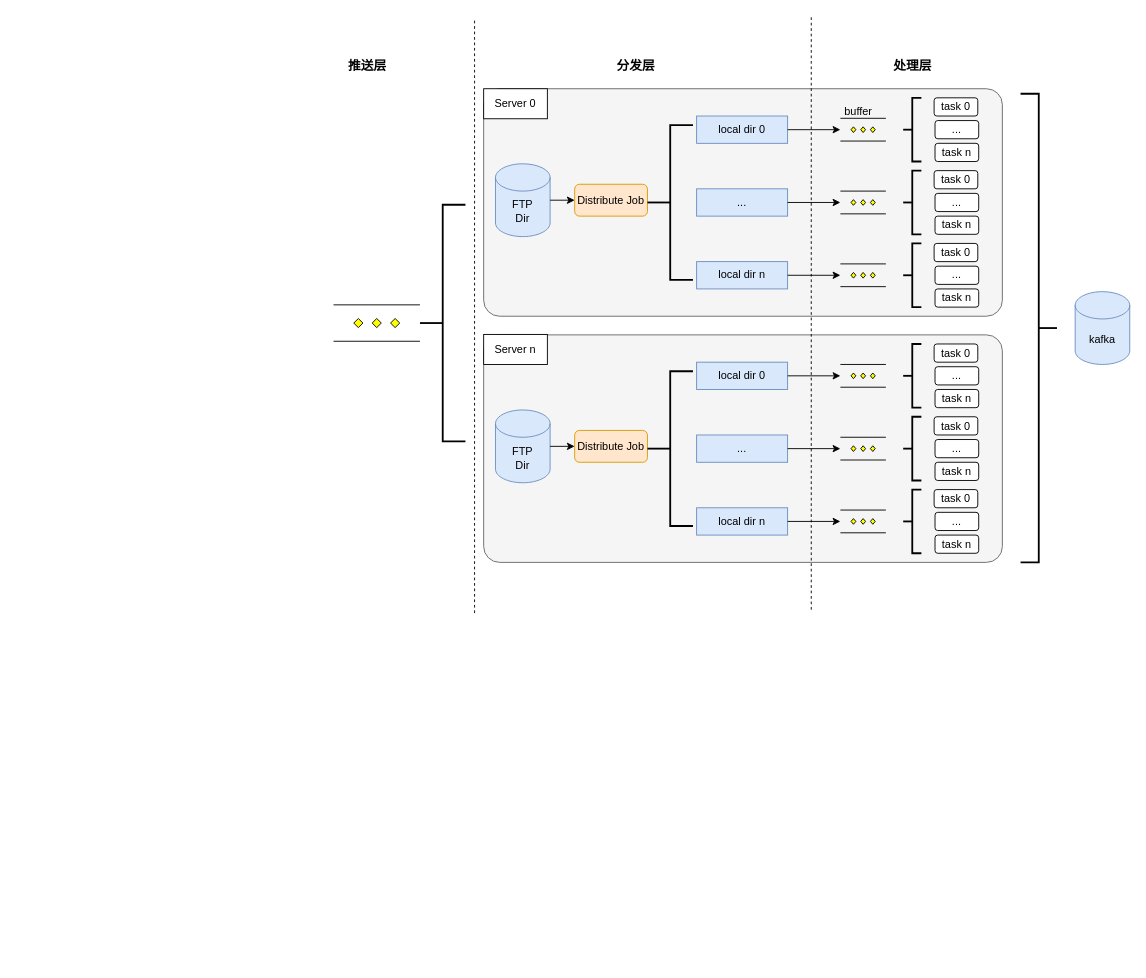
Above: 5g_access.drawio in StefanXiepj/draw_io (draw.io), before the change. Source tidied: cells renumbered, new cells numbered last; positions are measured from the earlier drawing's top-left corner, leaving out a move shared by most shapes. Both pictures are drawn from the tidied source at 91%, with x=0, y=0 at pixel (333, 15).
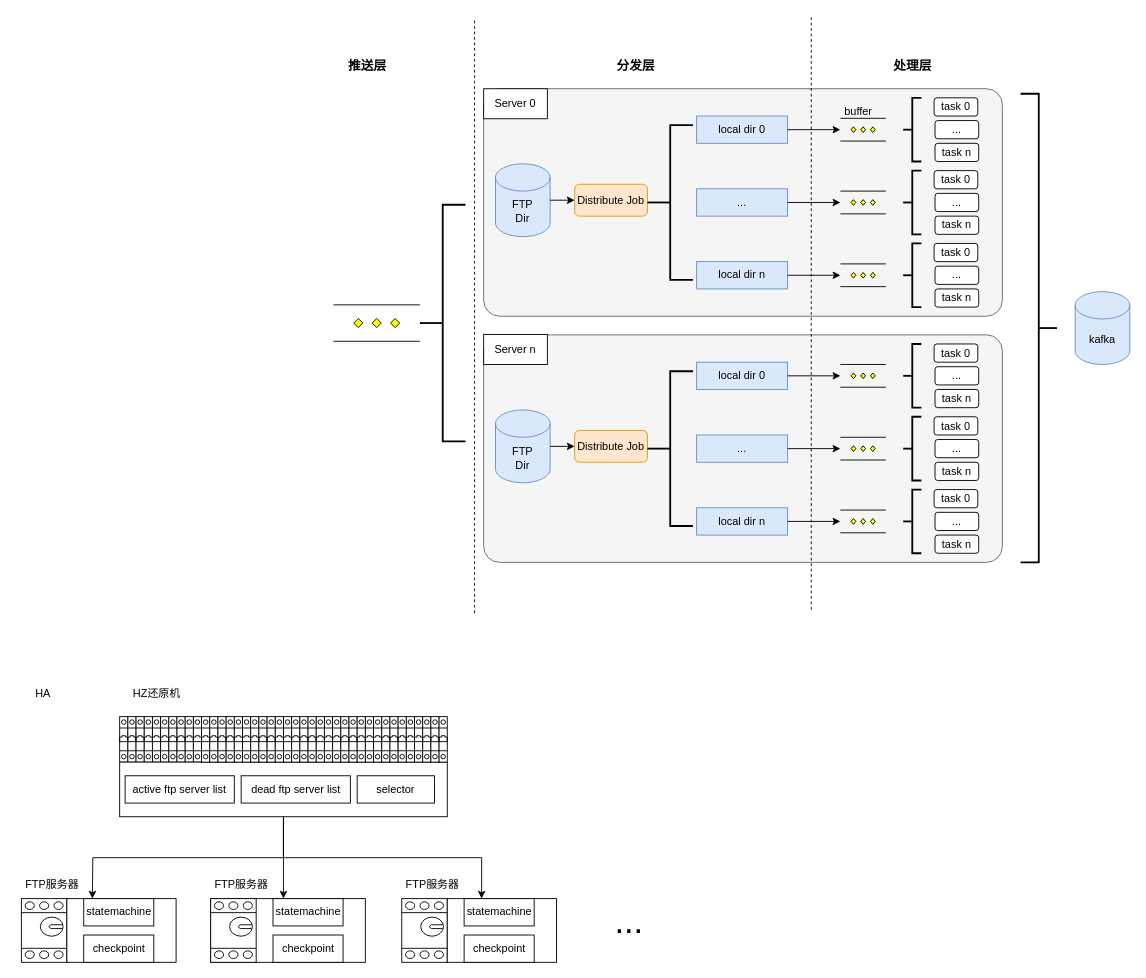
The same page after the edit.

The edit, as a diff of the source:
```diff
@@
+    <mxCell id="66" style="edgeStyle=orthogonalEdgeStyle;rounded=0;jettySize=auto;html=1;exitX=0.5;exitY=1;exitDx=0;exitDy=0;" parent="1" edge="1" source="100">
+      <mxGeometry relative="1" as="geometry">
+        <mxPoint x="-265" y="970" as="targetPoint" />
+      </mxGeometry>
+    </mxCell>
+    <mxCell id="67" style="rounded=0;jettySize=auto;html=1;exitX=0.5;exitY=1;exitDx=0;exitDy=0;" parent="1" edge="1" source="100">
+      <mxGeometry relative="1" as="geometry">
+        <mxPoint x="-55" y="970" as="targetPoint" />
+      </mxGeometry>
+    </mxCell>
+    <mxCell id="68" style="edgeStyle=orthogonalEdgeStyle;rounded=0;jettySize=auto;html=1;exitX=0.5;exitY=1;exitDx=0;exitDy=0;entryX=0.25;entryY=0;entryDx=0;entryDy=0;" parent="1" edge="1" source="100" target="84">
+      <mxGeometry relative="1" as="geometry" />
+    </mxCell>
+    <mxCell id="69" style="group;" parent="1" vertex="1">
+      <mxGeometry x="-343" y="940" width="170" height="100" as="geometry" />
+    </mxCell>
+    <mxCell id="70" style="verticalLabelPosition=bottom;dashed=0;shadow=0;html=1;align=center;verticalAlign=top;shape=mxgraph.cabinets.motor_cb_32_125a;" parent="69" vertex="1">
+      <mxGeometry y="30" width="50" height="70" as="geometry" />
+    </mxCell>
+    <mxCell id="71" style="rounded=0;whiteSpace=wrap;html=1;" parent="69" vertex="1">
+      <mxGeometry x="50" y="30" width="120" height="70" as="geometry" />
+    </mxCell>
+    <mxCell id="72" value="statemachine" style="rounded=0;whiteSpace=wrap;html=1;" parent="69" vertex="1">
+      <mxGeometry x="68.5" y="30" width="77" height="30" as="geometry" />
+    </mxCell>
+    <mxCell id="73" value="checkpoint" style="rounded=0;whiteSpace=wrap;html=1;" parent="69" vertex="1">
+      <mxGeometry x="68.5" y="70" width="77" height="30" as="geometry" />
+    </mxCell>
+    <mxCell id="74" value="FTP服务器" style="text;html=1;strokeColor=none;fillColor=none;align=center;verticalAlign=middle;whiteSpace=wrap;rounded=0;" parent="69" vertex="1">
+      <mxGeometry width="68" height="30" as="geometry" />
+    </mxCell>
+    <mxCell id="75" style="group;" parent="1" vertex="1">
+      <mxGeometry x="-135" y="940" width="170" height="100" as="geometry" />
+    </mxCell>
+    <mxCell id="76" style="rounded=0;whiteSpace=wrap;html=1;" parent="75" vertex="1">
+      <mxGeometry y="30" width="170" height="70" as="geometry" />
+    </mxCell>
+    <mxCell id="77" style="verticalLabelPosition=bottom;dashed=0;shadow=0;html=1;align=center;verticalAlign=top;shape=mxgraph.cabinets.motor_cb_32_125a;" parent="75" vertex="1">
+      <mxGeometry y="30" width="50" height="70" as="geometry" />
+    </mxCell>
+    <mxCell id="78" value="statemachine" style="rounded=0;whiteSpace=wrap;html=1;" parent="75" vertex="1">
+      <mxGeometry x="68.5" y="30" width="77" height="30" as="geometry" />
+    </mxCell>
+    <mxCell id="79" value="checkpoint" style="rounded=0;whiteSpace=wrap;html=1;" parent="75" vertex="1">
+      <mxGeometry x="68.5" y="70" width="77" height="30" as="geometry" />
+    </mxCell>
+    <mxCell id="80" value="FTP服务器" style="text;html=1;strokeColor=none;fillColor=none;align=center;verticalAlign=middle;whiteSpace=wrap;rounded=0;" parent="75" vertex="1">
+      <mxGeometry width="68" height="30" as="geometry" />
+    </mxCell>
+    <mxCell id="81" style="group;" parent="1" vertex="1">
+      <mxGeometry x="75" y="940" width="170" height="100" as="geometry" />
+    </mxCell>
+    <mxCell id="82" style="verticalLabelPosition=bottom;dashed=0;shadow=0;html=1;align=center;verticalAlign=top;shape=mxgraph.cabinets.motor_cb_32_125a;" parent="81" vertex="1">
+      <mxGeometry y="30" width="50" height="70" as="geometry" />
+    </mxCell>
+    <mxCell id="83" style="rounded=0;whiteSpace=wrap;html=1;" parent="81" vertex="1">
+      <mxGeometry x="50" y="30" width="120" height="70" as="geometry" />
+    </mxCell>
+    <mxCell id="84" value="statemachine" style="rounded=0;whiteSpace=wrap;html=1;" parent="81" vertex="1">
+      <mxGeometry x="68.5" y="30" width="77" height="30" as="geometry" />
+    </mxCell>
+    <mxCell id="85" value="checkpoint" style="rounded=0;whiteSpace=wrap;html=1;" parent="81" vertex="1">
+      <mxGeometry x="68.5" y="70" width="77" height="30" as="geometry" />
+    </mxCell>
+    <mxCell id="86" value="FTP服务器" style="text;html=1;strokeColor=none;fillColor=none;align=center;verticalAlign=middle;whiteSpace=wrap;rounded=0;" parent="81" vertex="1">
+      <mxGeometry width="68" height="30" as="geometry" />
+    </mxCell>
+    <mxCell id="87" value="..." style="text;html=1;strokeColor=none;fillColor=none;align=center;verticalAlign=middle;whiteSpace=wrap;rounded=0;fontSize=38;" parent="1" vertex="1">
+      <mxGeometry x="295" y="980" width="60" height="30" as="geometry" />
+    </mxCell>
+    <mxCell id="88" style="group;" parent="1" vertex="1">
+      <mxGeometry x="-235" y="730" width="360" height="150" as="geometry" />
+    </mxCell>
+    <mxCell id="89" style="verticalLabelPosition=bottom;dashed=0;shadow=0;html=1;align=center;verticalAlign=top;shape=mxgraph.cabinets.cb_1p;" parent="88" vertex="1">
+      <mxGeometry y="40" width="9" height="50" as="geometry" />
+    </mxCell>
+    <mxCell id="90" style="verticalLabelPosition=bottom;dashed=0;shadow=0;html=1;align=center;verticalAlign=top;shape=mxgraph.cabinets.cb_1p;" parent="88" vertex="1">
+      <mxGeometry x="9" y="40" width="9" height="50" as="geometry" />
+    </mxCell>
+    <mxCell id="91" style="verticalLabelPosition=bottom;dashed=0;shadow=0;html=1;align=center;verticalAlign=top;shape=mxgraph.cabinets.cb_1p;" parent="88" vertex="1">
+      <mxGeometry x="18" y="40" width="9" height="50" as="geometry" />
+    </mxCell>
+    <mxCell id="92" style="verticalLabelPosition=bottom;dashed=0;shadow=0;html=1;align=center;verticalAlign=top;shape=mxgraph.cabinets.cb_1p;" parent="88" vertex="1">
+      <mxGeometry x="27" y="40" width="9" height="50" as="geometry" />
+    </mxCell>
+    <mxCell id="93" style="verticalLabelPosition=bottom;dashed=0;shadow=0;html=1;align=center;verticalAlign=top;shape=mxgraph.cabinets.cb_1p;" parent="88" vertex="1">
+      <mxGeometry x="36" y="40" width="9" height="50" as="geometry" />
+    </mxCell>
+    <mxCell id="94" style="verticalLabelPosition=bottom;dashed=0;shadow=0;html=1;align=center;verticalAlign=top;shape=mxgraph.cabinets.cb_1p;" parent="88" vertex="1">
+      <mxGeometry x="45" y="40" width="9" height="50" as="geometry" />
+    </mxCell>
+    <mxCell id="95" style="verticalLabelPosition=bottom;dashed=0;shadow=0;html=1;align=center;verticalAlign=top;shape=mxgraph.cabinets.cb_1p;" parent="88" vertex="1">
+      <mxGeometry x="54" y="40" width="9" height="50" as="geometry" />
+    </mxCell>
+    <mxCell id="96" style="verticalLabelPosition=bottom;dashed=0;shadow=0;html=1;align=center;verticalAlign=top;shape=mxgraph.cabinets.cb_1p;" parent="88" vertex="1">
+      <mxGeometry x="63" y="40" width="9" height="50" as="geometry" />
+    </mxCell>
+    <mxCell id="97" style="verticalLabelPosition=bottom;dashed=0;shadow=0;html=1;align=center;verticalAlign=top;shape=mxgraph.cabinets.cb_1p;" parent="88" vertex="1">
+      <mxGeometry x="72" y="40" width="9" height="50" as="geometry" />
+    </mxCell>
+    <mxCell id="98" style="verticalLabelPosition=bottom;dashed=0;shadow=0;html=1;align=center;verticalAlign=top;shape=mxgraph.cabinets.cb_1p;" parent="88" vertex="1">
+      <mxGeometry x="81" y="40" width="9" height="50" as="geometry" />
+    </mxCell>
+    <mxCell id="99" value="HZ还原机" style="text;html=1;strokeColor=none;fillColor=none;align=center;verticalAlign=middle;whiteSpace=wrap;rounded=0;" parent="88" vertex="1">
+      <mxGeometry x="10.5" width="60" height="30" as="geometry" />
+    </mxCell>
+    <mxCell id="100" style="rounded=0;whiteSpace=wrap;html=1;" parent="88" vertex="1">
+      <mxGeometry y="90" width="360" height="60" as="geometry" />
+    </mxCell>
+    <mxCell id="101" value="active ftp server list" style="rounded=0;whiteSpace=wrap;html=1;" parent="88" vertex="1">
+      <mxGeometry x="6" y="105" width="120" height="30" as="geometry" />
+    </mxCell>
+    <mxCell id="102" value="dead ftp server list" style="rounded=0;whiteSpace=wrap;html=1;" parent="88" vertex="1">
+      <mxGeometry x="133.5" y="105" width="120" height="30" as="geometry" />
+    </mxCell>
+    <mxCell id="103" value="selector" style="rounded=0;whiteSpace=wrap;html=1;" parent="88" vertex="1">
+      <mxGeometry x="261" y="105" width="85" height="30" as="geometry" />
+    </mxCell>
+    <mxCell id="104" style="verticalLabelPosition=bottom;dashed=0;shadow=0;html=1;align=center;verticalAlign=top;shape=mxgraph.cabinets.cb_1p;" parent="88" vertex="1">
+      <mxGeometry x="90" y="40" width="9" height="50" as="geometry" />
+    </mxCell>
+    <mxCell id="105" style="verticalLabelPosition=bottom;dashed=0;shadow=0;html=1;align=center;verticalAlign=top;shape=mxgraph.cabinets.cb_1p;" parent="88" vertex="1">
+      <mxGeometry x="99" y="40" width="9" height="50" as="geometry" />
+    </mxCell>
+    <mxCell id="106" style="verticalLabelPosition=bottom;dashed=0;shadow=0;html=1;align=center;verticalAlign=top;shape=mxgraph.cabinets.cb_1p;" parent="88" vertex="1">
+      <mxGeometry x="108" y="40" width="9" height="50" as="geometry" />
+    </mxCell>
+    <mxCell id="107" style="verticalLabelPosition=bottom;dashed=0;shadow=0;html=1;align=center;verticalAlign=top;shape=mxgraph.cabinets.cb_1p;" parent="88" vertex="1">
+      <mxGeometry x="117" y="40" width="9" height="50" as="geometry" />
+    </mxCell>
+    <mxCell id="108" style="verticalLabelPosition=bottom;dashed=0;shadow=0;html=1;align=center;verticalAlign=top;shape=mxgraph.cabinets.cb_1p;" parent="88" vertex="1">
+      <mxGeometry x="126" y="40" width="9" height="50" as="geometry" />
+    </mxCell>
+    <mxCell id="109" style="verticalLabelPosition=bottom;dashed=0;shadow=0;html=1;align=center;verticalAlign=top;shape=mxgraph.cabinets.cb_1p;" parent="88" vertex="1">
+      <mxGeometry x="135" y="40" width="9" height="50" as="geometry" />
+    </mxCell>
+    <mxCell id="110" style="verticalLabelPosition=bottom;dashed=0;shadow=0;html=1;align=center;verticalAlign=top;shape=mxgraph.cabinets.cb_1p;" parent="88" vertex="1">
+      <mxGeometry x="144" y="40" width="9" height="50" as="geometry" />
+    </mxCell>
+    <mxCell id="111" style="verticalLabelPosition=bottom;dashed=0;shadow=0;html=1;align=center;verticalAlign=top;shape=mxgraph.cabinets.cb_1p;" parent="88" vertex="1">
+      <mxGeometry x="153" y="40" width="9" height="50" as="geometry" />
+    </mxCell>
+    <mxCell id="112" style="verticalLabelPosition=bottom;dashed=0;shadow=0;html=1;align=center;verticalAlign=top;shape=mxgraph.cabinets.cb_1p;" parent="88" vertex="1">
+      <mxGeometry x="162" y="40" width="9" height="50" as="geometry" />
+    </mxCell>
+    <mxCell id="113" style="verticalLabelPosition=bottom;dashed=0;shadow=0;html=1;align=center;verticalAlign=top;shape=mxgraph.cabinets.cb_1p;" parent="88" vertex="1">
+      <mxGeometry x="171" y="40" width="9" height="50" as="geometry" />
+    </mxCell>
+    <mxCell id="114" style="verticalLabelPosition=bottom;dashed=0;shadow=0;html=1;align=center;verticalAlign=top;shape=mxgraph.cabinets.cb_1p;" parent="88" vertex="1">
+      <mxGeometry x="180" y="40" width="9" height="50" as="geometry" />
+    </mxCell>
+    <mxCell id="115" style="verticalLabelPosition=bottom;dashed=0;shadow=0;html=1;align=center;verticalAlign=top;shape=mxgraph.cabinets.cb_1p;" parent="88" vertex="1">
+      <mxGeometry x="189" y="40" width="9" height="50" as="geometry" />
+    </mxCell>
+    <mxCell id="116" style="verticalLabelPosition=bottom;dashed=0;shadow=0;html=1;align=center;verticalAlign=top;shape=mxgraph.cabinets.cb_1p;" parent="88" vertex="1">
+      <mxGeometry x="198" y="40" width="9" height="50" as="geometry" />
+    </mxCell>
+    <mxCell id="117" style="verticalLabelPosition=bottom;dashed=0;shadow=0;html=1;align=center;verticalAlign=top;shape=mxgraph.cabinets.cb_1p;" parent="88" vertex="1">
+      <mxGeometry x="207" y="40" width="9" height="50" as="geometry" />
+    </mxCell>
+    <mxCell id="118" style="verticalLabelPosition=bottom;dashed=0;shadow=0;html=1;align=center;verticalAlign=top;shape=mxgraph.cabinets.cb_1p;" parent="88" vertex="1">
+      <mxGeometry x="216" y="40" width="9" height="50" as="geometry" />
+    </mxCell>
+    <mxCell id="119" style="verticalLabelPosition=bottom;dashed=0;shadow=0;html=1;align=center;verticalAlign=top;shape=mxgraph.cabinets.cb_1p;" parent="88" vertex="1">
+      <mxGeometry x="225" y="40" width="9" height="50" as="geometry" />
+    </mxCell>
+    <mxCell id="120" style="verticalLabelPosition=bottom;dashed=0;shadow=0;html=1;align=center;verticalAlign=top;shape=mxgraph.cabinets.cb_1p;" parent="88" vertex="1">
+      <mxGeometry x="234" y="40" width="9" height="50" as="geometry" />
+    </mxCell>
+    <mxCell id="121" style="verticalLabelPosition=bottom;dashed=0;shadow=0;html=1;align=center;verticalAlign=top;shape=mxgraph.cabinets.cb_1p;" parent="88" vertex="1">
+      <mxGeometry x="243" y="40" width="9" height="50" as="geometry" />
+    </mxCell>
+    <mxCell id="122" style="verticalLabelPosition=bottom;dashed=0;shadow=0;html=1;align=center;verticalAlign=top;shape=mxgraph.cabinets.cb_1p;" parent="88" vertex="1">
+      <mxGeometry x="252" y="40" width="9" height="50" as="geometry" />
+    </mxCell>
+    <mxCell id="123" style="verticalLabelPosition=bottom;dashed=0;shadow=0;html=1;align=center;verticalAlign=top;shape=mxgraph.cabinets.cb_1p;" parent="88" vertex="1">
+      <mxGeometry x="261" y="40" width="9" height="50" as="geometry" />
+    </mxCell>
+    <mxCell id="124" style="verticalLabelPosition=bottom;dashed=0;shadow=0;html=1;align=center;verticalAlign=top;shape=mxgraph.cabinets.cb_1p;" parent="88" vertex="1">
+      <mxGeometry x="270" y="40" width="9" height="50" as="geometry" />
+    </mxCell>
+    <mxCell id="125" style="verticalLabelPosition=bottom;dashed=0;shadow=0;html=1;align=center;verticalAlign=top;shape=mxgraph.cabinets.cb_1p;" parent="88" vertex="1">
+      <mxGeometry x="279" y="40" width="9" height="50" as="geometry" />
+    </mxCell>
+    <mxCell id="126" style="verticalLabelPosition=bottom;dashed=0;shadow=0;html=1;align=center;verticalAlign=top;shape=mxgraph.cabinets.cb_1p;" parent="88" vertex="1">
+      <mxGeometry x="288" y="40" width="9" height="50" as="geometry" />
+    </mxCell>
+    <mxCell id="127" style="verticalLabelPosition=bottom;dashed=0;shadow=0;html=1;align=center;verticalAlign=top;shape=mxgraph.cabinets.cb_1p;" parent="88" vertex="1">
+      <mxGeometry x="297" y="40" width="9" height="50" as="geometry" />
+    </mxCell>
+    <mxCell id="128" style="verticalLabelPosition=bottom;dashed=0;shadow=0;html=1;align=center;verticalAlign=top;shape=mxgraph.cabinets.cb_1p;" parent="88" vertex="1">
+      <mxGeometry x="306" y="40" width="9" height="50" as="geometry" />
+    </mxCell>
+    <mxCell id="129" style="verticalLabelPosition=bottom;dashed=0;shadow=0;html=1;align=center;verticalAlign=top;shape=mxgraph.cabinets.cb_1p;" parent="88" vertex="1">
+      <mxGeometry x="315" y="40" width="9" height="50" as="geometry" />
+    </mxCell>
+    <mxCell id="130" style="verticalLabelPosition=bottom;dashed=0;shadow=0;html=1;align=center;verticalAlign=top;shape=mxgraph.cabinets.cb_1p;" parent="88" vertex="1">
+      <mxGeometry x="324" y="40" width="9" height="50" as="geometry" />
+    </mxCell>
+    <mxCell id="131" style="verticalLabelPosition=bottom;dashed=0;shadow=0;html=1;align=center;verticalAlign=top;shape=mxgraph.cabinets.cb_1p;" parent="88" vertex="1">
+      <mxGeometry x="333" y="40" width="9" height="50" as="geometry" />
+    </mxCell>
+    <mxCell id="132" style="verticalLabelPosition=bottom;dashed=0;shadow=0;html=1;align=center;verticalAlign=top;shape=mxgraph.cabinets.cb_1p;" parent="88" vertex="1">
+      <mxGeometry x="342" y="40" width="9" height="50" as="geometry" />
+    </mxCell>
+    <mxCell id="133" style="verticalLabelPosition=bottom;dashed=0;shadow=0;html=1;align=center;verticalAlign=top;shape=mxgraph.cabinets.cb_1p;" parent="88" vertex="1">
+      <mxGeometry x="351" y="40" width="9" height="50" as="geometry" />
+    </mxCell>
+    <mxCell id="134" style="edgeStyle=orthogonalEdgeStyle;rounded=0;orthogonalLoop=1;jettySize=auto;html=1;exitX=0.5;exitY=1;exitDx=0;exitDy=0;" parent="1" edge="1" source="87" target="87">
+      <mxGeometry relative="1" as="geometry" />
+    </mxCell>
+    <mxCell id="135" value="HA" style="text;html=1;strokeColor=none;fillColor=none;align=center;verticalAlign=middle;whiteSpace=wrap;rounded=0;" parent="1" vertex="1">
+      <mxGeometry x="-349" y="730" width="60" height="30" as="geometry" />
+    </mxCell>
```
